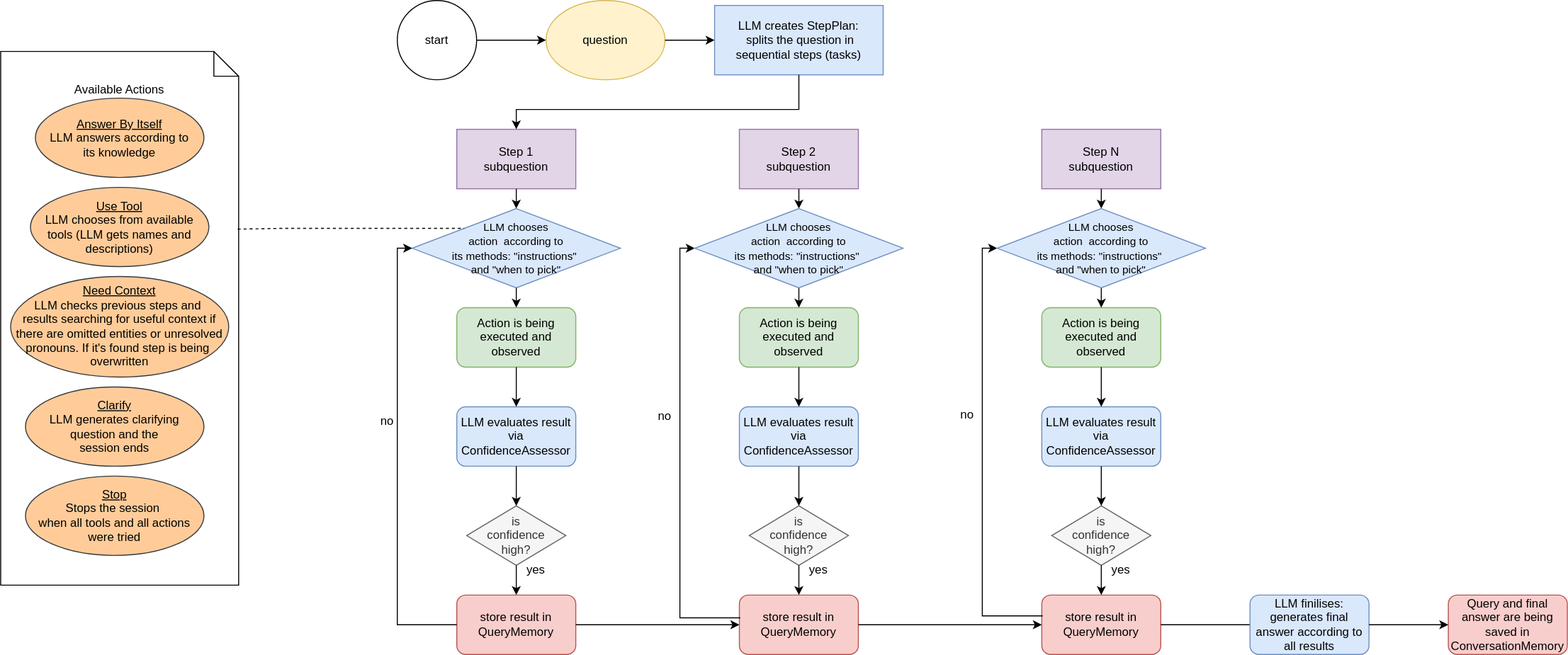
Above: react_agent_flow_diagram.svg in MLUX-University-of-Vienna/react_agent_Abzhanova_SS2025 (draw.io), before the change. Source tidied: cells renumbered, new cells last; positions are measured from the earlier drawing's top-left corner, leaving out a move shared by most shapes. Its diagram source:
```xml
<mxGraphModel>
  <root>
    <mxCell id="0" />
    <mxCell id="1" parent="0" />
    <mxCell id="2" value="Available Actions" style="shape=note2;boundedLbl=1;whiteSpace=wrap;html=1;size=25;verticalAlign=top;align=center;" parent="1" vertex="1">
      <mxGeometry y="51.4" width="240" height="538.6" as="geometry" />
    </mxCell>
    <mxCell id="3" value="start" style="ellipse;whiteSpace=wrap;html=1;" parent="1" vertex="1">
      <mxGeometry x="400" width="80" height="80" as="geometry" />
    </mxCell>
    <mxCell id="4" value="question" style="ellipse;whiteSpace=wrap;html=1;fillColor=#fff2cc;strokeColor=#d6b656;" parent="1" vertex="1">
      <mxGeometry x="550" width="120" height="80" as="geometry" />
    </mxCell>
    <mxCell id="5" value="LLM creates StepPlan:&lt;div&gt;&amp;nbsp;splits the question in sequential steps (tasks)&lt;/div&gt;" style="rounded=0;whiteSpace=wrap;html=1;fillColor=#dae8fc;strokeColor=#6c8ebf;" parent="1" vertex="1">
      <mxGeometry x="720" y="5" width="170" height="70" as="geometry" />
    </mxCell>
    <mxCell id="6" value="Step 1&lt;div&gt;subquestion&lt;/div&gt;" style="rounded=0;whiteSpace=wrap;html=1;fillColor=#e1d5e7;strokeColor=#9673a6;" parent="1" vertex="1">
      <mxGeometry x="460" y="130" width="120" height="60" as="geometry" />
    </mxCell>
    <mxCell id="7" style="endArrow=classic;html=1;rounded=0;exitX=1;exitY=0.5;exitDx=0;exitDy=0;entryX=0;entryY=0.5;entryDx=0;entryDy=0;" parent="1" edge="1" source="3" target="4">
      <mxGeometry relative="1" as="geometry" />
    </mxCell>
    <mxCell id="8" style="endArrow=classic;html=1;rounded=0;exitX=1;exitY=0.5;exitDx=0;exitDy=0;entryX=0;entryY=0.5;entryDx=0;entryDy=0;" parent="1" edge="1" source="4" target="5">
      <mxGeometry relative="1" as="geometry" />
    </mxCell>
    <mxCell id="9" value="&lt;font style=&quot;font-size: 11px;&quot;&gt;LLM chooses&lt;/font&gt;&lt;div&gt;&lt;font style=&quot;font-size: 11px;&quot;&gt;&amp;nbsp;action &amp;nbsp;according to&amp;nbsp;&lt;/font&gt;&lt;div&gt;&lt;font style=&quot;font-size: 11px;&quot;&gt;its methods: &quot;instructions&quot;&amp;nbsp;&lt;/font&gt;&lt;div&gt;&lt;font style=&quot;font-size: 11px;&quot;&gt;and &quot;when to pick&quot;&lt;/font&gt;&lt;/div&gt;&lt;/div&gt;&lt;/div&gt;" style="rhombus;whiteSpace=wrap;html=1;fillColor=#dae8fc;strokeColor=#6c8ebf;" parent="1" vertex="1">
      <mxGeometry x="415" y="210" width="210" height="80" as="geometry" />
    </mxCell>
    <mxCell id="10" value="&lt;div&gt;is&lt;/div&gt;confidence&lt;div&gt;high?&lt;/div&gt;" style="rhombus;whiteSpace=wrap;html=1;fillColor=#f5f5f5;fontColor=#333333;strokeColor=#666666;" parent="1" vertex="1">
      <mxGeometry x="470" y="510" width="100" height="60" as="geometry" />
    </mxCell>
    <mxCell id="11" value="Action is being executed and observed" style="rounded=1;whiteSpace=wrap;html=1;fillColor=#d5e8d4;strokeColor=#82b366;" parent="1" vertex="1">
      <mxGeometry x="460" y="310" width="120" height="60" as="geometry" />
    </mxCell>
    <mxCell id="12" value="LLM evaluates result via ConfidenceAssessor" style="rounded=1;whiteSpace=wrap;html=1;fillColor=#dae8fc;strokeColor=#6c8ebf;" parent="1" vertex="1">
      <mxGeometry x="460" y="410" width="120" height="60" as="geometry" />
    </mxCell>
    <mxCell id="13" value="store result in QueryMemory" style="rounded=1;whiteSpace=wrap;html=1;fillColor=#f8cecc;strokeColor=#b85450;" parent="1" vertex="1">
      <mxGeometry x="460" y="600" width="120" height="60" as="geometry" />
    </mxCell>
    <mxCell id="14" style="endArrow=classic;html=1;rounded=0;exitX=0.5;exitY=1;exitDx=0;exitDy=0;entryX=0.5;entryY=0;entryDx=0;entryDy=0;" parent="1" edge="1" source="5" target="6">
      <mxGeometry relative="1" as="geometry">
        <Array as="points">
          <mxPoint x="805" y="110" />
          <mxPoint x="520" y="110" />
        </Array>
      </mxGeometry>
    </mxCell>
    <mxCell id="15" style="endArrow=classic;html=1;rounded=0;exitX=0.5;exitY=1;exitDx=0;exitDy=0;entryX=0.5;entryY=0;entryDx=0;entryDy=0;" parent="1" edge="1" source="6" target="9">
      <mxGeometry relative="1" as="geometry" />
    </mxCell>
    <mxCell id="16" style="endArrow=classic;html=1;rounded=0;exitX=0.5;exitY=1;exitDx=0;exitDy=0;entryX=0.5;entryY=0;entryDx=0;entryDy=0;" parent="1" edge="1" source="9" target="11">
      <mxGeometry relative="1" as="geometry" />
    </mxCell>
    <mxCell id="17" style="endArrow=classic;html=1;rounded=0;exitX=0.5;exitY=1;exitDx=0;exitDy=0;entryX=0.5;entryY=0;entryDx=0;entryDy=0;" parent="1" edge="1" source="11" target="12">
      <mxGeometry relative="1" as="geometry" />
    </mxCell>
    <mxCell id="18" style="endArrow=classic;html=1;rounded=0;exitX=0.5;exitY=1;exitDx=0;exitDy=0;entryX=0.5;entryY=0;entryDx=0;entryDy=0;" parent="1" edge="1" source="12" target="10">
      <mxGeometry relative="1" as="geometry" />
    </mxCell>
    <mxCell id="19" style="endArrow=classic;html=1;rounded=0;exitX=0.5;exitY=1;exitDx=0;exitDy=0;entryX=0.5;entryY=0;entryDx=0;entryDy=0;" parent="1" edge="1" source="10" target="13">
      <mxGeometry relative="1" as="geometry" />
    </mxCell>
    <mxCell id="20" value="yes" style="text;html=1;whiteSpace=wrap;strokeColor=none;fillColor=none;align=center;verticalAlign=middle;rounded=0;" parent="1" vertex="1">
      <mxGeometry x="520" y="560" width="40" height="30" as="geometry" />
    </mxCell>
    <mxCell id="21" style="endArrow=classic;html=1;rounded=0;exitX=0;exitY=0.5;exitDx=0;exitDy=0;entryX=0;entryY=0.5;entryDx=0;entryDy=0;" parent="1" edge="1" source="13" target="9">
      <mxGeometry relative="1" as="geometry">
        <Array as="points">
          <mxPoint x="400" y="630" />
          <mxPoint x="400" y="250" />
        </Array>
      </mxGeometry>
    </mxCell>
    <mxCell id="22" value="Step 2&lt;div&gt;subquestion&lt;/div&gt;" style="rounded=0;whiteSpace=wrap;html=1;fillColor=#e1d5e7;strokeColor=#9673a6;" parent="1" vertex="1">
      <mxGeometry x="745" y="130" width="120" height="60" as="geometry" />
    </mxCell>
    <mxCell id="23" value="&lt;div&gt;is&lt;/div&gt;confidence&lt;div&gt;high?&lt;/div&gt;" style="rhombus;whiteSpace=wrap;html=1;fillColor=#f5f5f5;fontColor=#333333;strokeColor=#666666;" parent="1" vertex="1">
      <mxGeometry x="755" y="510" width="100" height="60" as="geometry" />
    </mxCell>
    <mxCell id="24" value="Action is being executed and observed" style="rounded=1;whiteSpace=wrap;html=1;fillColor=#d5e8d4;strokeColor=#82b366;" parent="1" vertex="1">
      <mxGeometry x="745" y="310" width="120" height="60" as="geometry" />
    </mxCell>
    <mxCell id="25" value="LLM evaluates result via ConfidenceAssessor" style="rounded=1;whiteSpace=wrap;html=1;fillColor=#dae8fc;strokeColor=#6c8ebf;" parent="1" vertex="1">
      <mxGeometry x="745" y="410" width="120" height="60" as="geometry" />
    </mxCell>
    <mxCell id="26" value="store result in QueryMemory" style="rounded=1;whiteSpace=wrap;html=1;fillColor=#f8cecc;strokeColor=#b85450;" parent="1" vertex="1">
      <mxGeometry x="745" y="600" width="120" height="60" as="geometry" />
    </mxCell>
    <mxCell id="27" style="endArrow=classic;html=1;rounded=0;exitX=0.5;exitY=1;exitDx=0;exitDy=0;entryX=0.5;entryY=0;entryDx=0;entryDy=0;" parent="1" edge="1" source="22" target="58">
      <mxGeometry relative="1" as="geometry" />
    </mxCell>
    <mxCell id="28" style="endArrow=classic;html=1;rounded=0;exitX=0.5;exitY=1;exitDx=0;exitDy=0;entryX=0.5;entryY=0;entryDx=0;entryDy=0;" parent="1" edge="1" source="58" target="24">
      <mxGeometry relative="1" as="geometry" />
    </mxCell>
    <mxCell id="29" style="endArrow=classic;html=1;rounded=0;exitX=0.5;exitY=1;exitDx=0;exitDy=0;entryX=0.5;entryY=0;entryDx=0;entryDy=0;" parent="1" edge="1" source="24" target="25">
      <mxGeometry relative="1" as="geometry" />
    </mxCell>
    <mxCell id="30" style="endArrow=classic;html=1;rounded=0;exitX=0.5;exitY=1;exitDx=0;exitDy=0;entryX=0.5;entryY=0;entryDx=0;entryDy=0;" parent="1" edge="1" source="25" target="23">
      <mxGeometry relative="1" as="geometry" />
    </mxCell>
    <mxCell id="31" style="endArrow=classic;html=1;rounded=0;exitX=0.5;exitY=1;exitDx=0;exitDy=0;entryX=0.5;entryY=0;entryDx=0;entryDy=0;" parent="1" edge="1" source="23" target="26">
      <mxGeometry relative="1" as="geometry" />
    </mxCell>
    <mxCell id="32" value="yes" style="text;html=1;whiteSpace=wrap;strokeColor=none;fillColor=none;align=center;verticalAlign=middle;rounded=0;" parent="1" vertex="1">
      <mxGeometry x="805" y="560" width="40" height="30" as="geometry" />
    </mxCell>
    <mxCell id="33" value="Step N&lt;div&gt;subquestion&lt;/div&gt;" style="rounded=0;whiteSpace=wrap;html=1;fillColor=#e1d5e7;strokeColor=#9673a6;" parent="1" vertex="1">
      <mxGeometry x="1050" y="130" width="120" height="60" as="geometry" />
    </mxCell>
    <mxCell id="34" value="&lt;div&gt;is&lt;/div&gt;confidence&lt;div&gt;high?&lt;/div&gt;" style="rhombus;whiteSpace=wrap;html=1;fillColor=#f5f5f5;fontColor=#333333;strokeColor=#666666;" parent="1" vertex="1">
      <mxGeometry x="1060" y="510" width="100" height="60" as="geometry" />
    </mxCell>
    <mxCell id="35" value="Action is being executed and observed" style="rounded=1;whiteSpace=wrap;html=1;fillColor=#d5e8d4;strokeColor=#82b366;" parent="1" vertex="1">
      <mxGeometry x="1050" y="310" width="120" height="60" as="geometry" />
    </mxCell>
    <mxCell id="36" value="LLM evaluates result via ConfidenceAssessor" style="rounded=1;whiteSpace=wrap;html=1;fillColor=#dae8fc;strokeColor=#6c8ebf;" parent="1" vertex="1">
      <mxGeometry x="1050" y="410" width="120" height="60" as="geometry" />
    </mxCell>
    <mxCell id="37" value="store result in QueryMemory" style="rounded=1;whiteSpace=wrap;html=1;fillColor=#f8cecc;strokeColor=#b85450;" parent="1" vertex="1">
      <mxGeometry x="1050" y="600" width="120" height="60" as="geometry" />
    </mxCell>
    <mxCell id="38" style="endArrow=classic;html=1;rounded=0;exitX=0.5;exitY=1;exitDx=0;exitDy=0;entryX=0.5;entryY=0;entryDx=0;entryDy=0;" parent="1" edge="1" source="33" target="59">
      <mxGeometry relative="1" as="geometry" />
    </mxCell>
    <mxCell id="39" style="endArrow=classic;html=1;rounded=0;exitX=0.5;exitY=1;exitDx=0;exitDy=0;entryX=0.5;entryY=0;entryDx=0;entryDy=0;" parent="1" edge="1" source="59" target="35">
      <mxGeometry relative="1" as="geometry" />
    </mxCell>
    <mxCell id="40" style="endArrow=classic;html=1;rounded=0;exitX=0.5;exitY=1;exitDx=0;exitDy=0;entryX=0.5;entryY=0;entryDx=0;entryDy=0;" parent="1" edge="1" source="35" target="36">
      <mxGeometry relative="1" as="geometry" />
    </mxCell>
    <mxCell id="41" style="endArrow=classic;html=1;rounded=0;exitX=0.5;exitY=1;exitDx=0;exitDy=0;entryX=0.5;entryY=0;entryDx=0;entryDy=0;" parent="1" edge="1" source="36" target="34">
      <mxGeometry relative="1" as="geometry" />
    </mxCell>
    <mxCell id="42" style="endArrow=classic;html=1;rounded=0;exitX=0.5;exitY=1;exitDx=0;exitDy=0;entryX=0.5;entryY=0;entryDx=0;entryDy=0;" parent="1" edge="1" source="34" target="37">
      <mxGeometry relative="1" as="geometry" />
    </mxCell>
    <mxCell id="43" value="yes" style="text;html=1;whiteSpace=wrap;strokeColor=none;fillColor=none;align=center;verticalAlign=middle;rounded=0;" parent="1" vertex="1">
      <mxGeometry x="1110" y="560" width="40" height="30" as="geometry" />
    </mxCell>
    <mxCell id="44" style="endArrow=classic;html=1;rounded=0;exitX=1;exitY=0.5;exitDx=0;exitDy=0;entryX=0;entryY=0.5;entryDx=0;entryDy=0;fillColor=#f8cecc;strokeColor=#000000;" parent="1" edge="1" source="13" target="26">
      <mxGeometry relative="1" as="geometry" />
    </mxCell>
    <mxCell id="45" style="endArrow=classic;html=1;rounded=0;exitX=1;exitY=0.5;exitDx=0;exitDy=0;entryX=0;entryY=0.5;entryDx=0;entryDy=0;fillColor=#f8cecc;strokeColor=#000000;" parent="1" edge="1" source="26" target="37">
      <mxGeometry relative="1" as="geometry" />
    </mxCell>
    <mxCell id="46" style="endArrow=classic;html=1;rounded=0;exitX=1;exitY=0.5;exitDx=0;exitDy=0;" parent="1" edge="1" source="37">
      <mxGeometry relative="1" as="geometry">
        <mxPoint x="1280" y="630" as="targetPoint" />
      </mxGeometry>
    </mxCell>
    <mxCell id="47" value="LLM finilises: generates final answer according to all results" style="rounded=1;whiteSpace=wrap;html=1;fillColor=#dae8fc;strokeColor=#6c8ebf;" parent="1" vertex="1">
      <mxGeometry x="1260" y="600" width="120" height="60" as="geometry" />
    </mxCell>
    <mxCell id="48" style="endArrow=classic;html=1;rounded=0;exitX=0.008;exitY=0.383;exitDx=0;exitDy=0;entryX=0;entryY=0.5;entryDx=0;entryDy=0;exitPerimeter=0;" parent="1" edge="1" source="26" target="58">
      <mxGeometry relative="1" as="geometry">
        <Array as="points">
          <mxPoint x="685" y="623" />
          <mxPoint x="685" y="250" />
        </Array>
      </mxGeometry>
    </mxCell>
    <mxCell id="49" value="no" style="text;html=1;whiteSpace=wrap;strokeColor=none;fillColor=none;align=center;verticalAlign=middle;rounded=0;" parent="1" vertex="1">
      <mxGeometry x="370" y="410" width="40" height="30" as="geometry" />
    </mxCell>
    <mxCell id="50" value="no" style="text;html=1;whiteSpace=wrap;strokeColor=none;fillColor=none;align=center;verticalAlign=middle;rounded=0;" parent="1" vertex="1">
      <mxGeometry x="650" y="405" width="40" height="30" as="geometry" />
    </mxCell>
    <mxCell id="51" style="endArrow=classic;html=1;rounded=0;exitX=0.008;exitY=0.383;exitDx=0;exitDy=0;entryX=0;entryY=0.5;entryDx=0;entryDy=0;exitPerimeter=0;" parent="1" edge="1" target="59">
      <mxGeometry relative="1" as="geometry">
        <mxPoint x="1051" y="621" as="sourcePoint" />
        <Array as="points">
          <mxPoint x="990" y="621" />
          <mxPoint x="990" y="250" />
        </Array>
      </mxGeometry>
    </mxCell>
    <mxCell id="52" value="no" style="text;html=1;whiteSpace=wrap;strokeColor=none;fillColor=none;align=center;verticalAlign=middle;rounded=0;" parent="1" vertex="1">
      <mxGeometry x="955" y="403" width="40" height="30" as="geometry" />
    </mxCell>
    <mxCell id="53" value="Query and final answer are being saved in ConversationMemory" style="rounded=1;whiteSpace=wrap;html=1;fillColor=#f8cecc;strokeColor=#b85450;" parent="1" vertex="1">
      <mxGeometry x="1460" y="600" width="120" height="60" as="geometry" />
    </mxCell>
    <mxCell id="54" style="endArrow=classic;html=1;rounded=0;exitX=1;exitY=0.5;exitDx=0;exitDy=0;entryX=0;entryY=0.5;entryDx=0;entryDy=0;" parent="1" edge="1" source="47" target="53">
      <mxGeometry relative="1" as="geometry" />
    </mxCell>
    <mxCell id="55" value="&lt;u&gt;Answer By Itself&lt;/u&gt;&lt;div&gt;LLM answers according to its&amp;nbsp;knowledge&lt;/div&gt;" style="ellipse;whiteSpace=wrap;html=1;fillColor=#ffcc99;strokeColor=#36393d;" parent="1" vertex="1">
      <mxGeometry x="35" y="98.6" width="170" height="80" as="geometry" />
    </mxCell>
    <mxCell id="56" value="&lt;div&gt;&lt;u&gt;Use Tool&lt;/u&gt;&lt;/div&gt;&lt;div&gt;LLM chooses from available tools (LLM gets names and descriptions)&lt;/div&gt;" style="ellipse;whiteSpace=wrap;html=1;fillColor=#ffcc99;strokeColor=#36393d;" parent="1" vertex="1">
      <mxGeometry x="30" y="188.6" width="180" height="80" as="geometry" />
    </mxCell>
    <mxCell id="57" value="&lt;div&gt;&lt;u&gt;Need Context&lt;/u&gt;&lt;/div&gt;&lt;div&gt;LLM checks previous steps and&amp;nbsp;&lt;/div&gt;&lt;div&gt;results searching for useful context if there are omitted entities or unresolved pronouns. If it's found step is being&amp;nbsp;&lt;/div&gt;&lt;div&gt;overwritten&lt;/div&gt;" style="ellipse;whiteSpace=wrap;html=1;fillColor=#ffcc99;strokeColor=#36393d;" parent="1" vertex="1">
      <mxGeometry x="10" y="278.6" width="220" height="101.4" as="geometry" />
    </mxCell>
    <mxCell id="58" value="&lt;font style=&quot;font-size: 11px;&quot;&gt;LLM chooses&lt;/font&gt;&lt;div&gt;&lt;font style=&quot;font-size: 11px;&quot;&gt;&amp;nbsp;action &amp;nbsp;according to&amp;nbsp;&lt;/font&gt;&lt;div&gt;&lt;font style=&quot;font-size: 11px;&quot;&gt;its methods: &quot;instructions&quot;&amp;nbsp;&lt;/font&gt;&lt;div&gt;&lt;font style=&quot;font-size: 11px;&quot;&gt;and &quot;when to pick&quot;&lt;/font&gt;&lt;/div&gt;&lt;/div&gt;&lt;/div&gt;" style="rhombus;whiteSpace=wrap;html=1;fillColor=#dae8fc;strokeColor=#6c8ebf;" parent="1" vertex="1">
      <mxGeometry x="700" y="210" width="210" height="80" as="geometry" />
    </mxCell>
    <mxCell id="59" value="&lt;font style=&quot;font-size: 11px;&quot;&gt;LLM chooses&lt;/font&gt;&lt;div&gt;&lt;font style=&quot;font-size: 11px;&quot;&gt;&amp;nbsp;action &amp;nbsp;according to&amp;nbsp;&lt;/font&gt;&lt;div&gt;&lt;font style=&quot;font-size: 11px;&quot;&gt;its methods: &quot;instructions&quot;&amp;nbsp;&lt;/font&gt;&lt;div&gt;&lt;font style=&quot;font-size: 11px;&quot;&gt;and &quot;when to pick&quot;&lt;/font&gt;&lt;/div&gt;&lt;/div&gt;&lt;/div&gt;" style="rhombus;whiteSpace=wrap;html=1;fillColor=#dae8fc;strokeColor=#6c8ebf;" parent="1" vertex="1">
      <mxGeometry x="1005" y="210" width="210" height="80" as="geometry" />
    </mxCell>
    <mxCell id="60" value="&lt;div&gt;&lt;u&gt;Clarify&lt;/u&gt;&lt;/div&gt;&lt;div&gt;LLM generates clarifying&lt;/div&gt;&lt;div&gt;&amp;nbsp;question and the&amp;nbsp;&lt;/div&gt;&lt;div&gt;session ends&lt;/div&gt;" style="ellipse;whiteSpace=wrap;html=1;fillColor=#ffcc99;strokeColor=#36393d;" parent="1" vertex="1">
      <mxGeometry x="25" y="390" width="180" height="80" as="geometry" />
    </mxCell>
    <mxCell id="61" value="&lt;div&gt;&lt;u&gt;Stop&lt;/u&gt;&lt;/div&gt;&lt;div&gt;Stops the session&amp;nbsp;&lt;/div&gt;&lt;div&gt;when all tools and all actions were tried&lt;/div&gt;" style="ellipse;whiteSpace=wrap;html=1;fillColor=#ffcc99;strokeColor=#36393d;" parent="1" vertex="1">
      <mxGeometry x="25" y="480" width="180" height="80" as="geometry" />
    </mxCell>
    <mxCell id="62" style="endArrow=none;dashed=1;html=1;rounded=0;exitX=0.996;exitY=0.333;exitDx=0;exitDy=0;exitPerimeter=0;entryX=0;entryY=0;entryDx=0;entryDy=0;" parent="1" edge="1" source="2" target="9">
      <mxGeometry relative="1" as="geometry">
        <Array as="points">
          <mxPoint x="280" y="230" />
        </Array>
      </mxGeometry>
    </mxCell>
    <mxCell id="63" style="edgeStyle=orthogonalEdgeStyle;rounded=0;orthogonalLoop=1;jettySize=auto;html=1;exitX=0.5;exitY=1;exitDx=0;exitDy=0;exitPerimeter=0;" parent="1" edge="1" source="2" target="2">
      <mxGeometry relative="1" as="geometry" />
    </mxCell>
  </root>
</mxGraphModel>
```
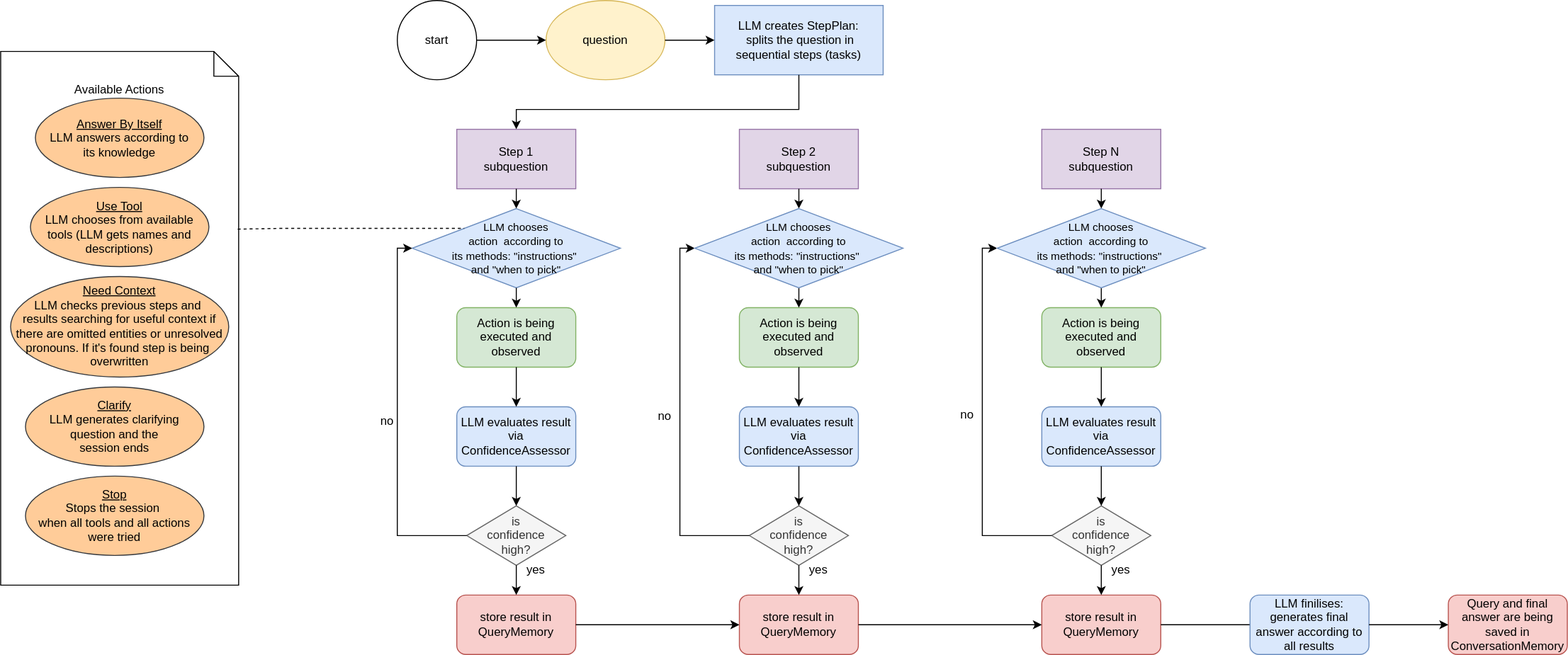
After the commit.

Commit message:
improved diagram

What changed in the source:
```diff
@@ -64,10 +64,10 @@
     <mxCell id="20" value="yes" style="text;html=1;whiteSpace=wrap;strokeColor=none;fillColor=none;align=center;verticalAlign=middle;rounded=0;" parent="1" vertex="1">
       <mxGeometry x="520" y="560" width="40" height="30" as="geometry" />
     </mxCell>
-    <mxCell id="21" style="endArrow=classic;html=1;rounded=0;exitX=0;exitY=0.5;exitDx=0;exitDy=0;entryX=0;entryY=0.5;entryDx=0;entryDy=0;" parent="1" edge="1" source="13" target="9">
+    <mxCell id="21" style="endArrow=classic;html=1;rounded=0;exitX=0;exitY=0.5;exitDx=0;exitDy=0;entryX=0;entryY=0.5;entryDx=0;entryDy=0;" parent="1" edge="1" source="10" target="9">
       <mxGeometry relative="1" as="geometry">
         <Array as="points">
-          <mxPoint x="400" y="630" />
+          <mxPoint x="400" y="540" />
           <mxPoint x="400" y="250" />
         </Array>
       </mxGeometry>
@@ -152,10 +152,10 @@
     <mxCell id="47" value="LLM finilises: generates final answer according to all results" style="rounded=1;whiteSpace=wrap;html=1;fillColor=#dae8fc;strokeColor=#6c8ebf;" parent="1" vertex="1">
       <mxGeometry x="1260" y="600" width="120" height="60" as="geometry" />
     </mxCell>
-    <mxCell id="48" style="endArrow=classic;html=1;rounded=0;exitX=0.008;exitY=0.383;exitDx=0;exitDy=0;entryX=0;entryY=0.5;entryDx=0;entryDy=0;exitPerimeter=0;" parent="1" edge="1" source="26" target="58">
+    <mxCell id="48" style="endArrow=classic;html=1;rounded=0;exitX=0;exitY=0.5;exitDx=0;exitDy=0;entryX=0;entryY=0.5;entryDx=0;entryDy=0;" parent="1" edge="1" source="23" target="58">
       <mxGeometry relative="1" as="geometry">
         <Array as="points">
-          <mxPoint x="685" y="623" />
+          <mxPoint x="685" y="540" />
           <mxPoint x="685" y="250" />
         </Array>
       </mxGeometry>
@@ -166,11 +166,10 @@
     <mxCell id="50" value="no" style="text;html=1;whiteSpace=wrap;strokeColor=none;fillColor=none;align=center;verticalAlign=middle;rounded=0;" parent="1" vertex="1">
       <mxGeometry x="650" y="405" width="40" height="30" as="geometry" />
     </mxCell>
-    <mxCell id="51" style="endArrow=classic;html=1;rounded=0;exitX=0.008;exitY=0.383;exitDx=0;exitDy=0;entryX=0;entryY=0.5;entryDx=0;entryDy=0;exitPerimeter=0;" parent="1" edge="1" target="59">
+    <mxCell id="51" style="endArrow=classic;html=1;rounded=0;exitX=0;exitY=0.5;exitDx=0;exitDy=0;entryX=0;entryY=0.5;entryDx=0;entryDy=0;" parent="1" edge="1" source="34" target="59">
       <mxGeometry relative="1" as="geometry">
-        <mxPoint x="1051" y="621" as="sourcePoint" />
         <Array as="points">
-          <mxPoint x="990" y="621" />
+          <mxPoint x="990" y="540" />
           <mxPoint x="990" y="250" />
         </Array>
       </mxGeometry>
```
